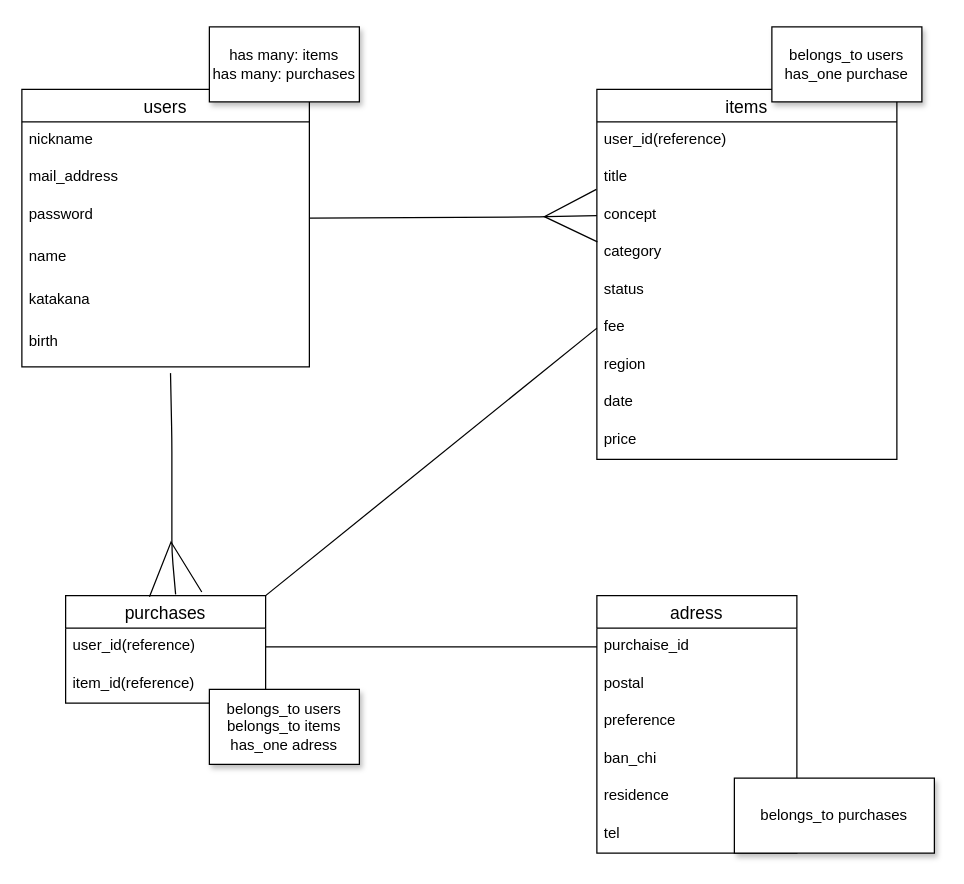
Before: ER.dio in kazu0602/furima-32896, a draw.io diagram. Source tidied: cells renumbered, new cells numbered last; positions are measured from the earlier drawing's top-left corner, leaving out a move shared by most shapes. Both pictures are drawn from the tidied source at 125%, with x=0, y=0 at pixel (21, 26).
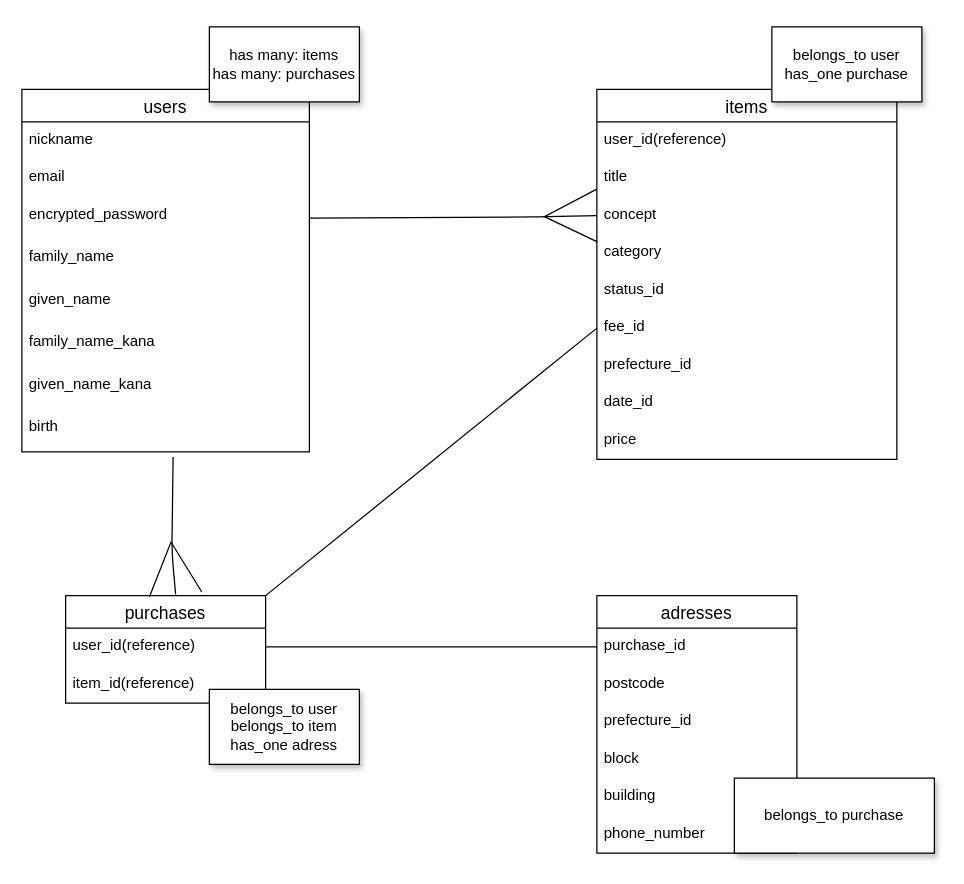
After the change.

Commit message (it also covers changes not shown here):
4データベース設計

The change refers to these unchanged cells:
```xml
<mxCell id="9" value="items" style="swimlane;fontStyle=0;horizontal=1;startSize=26;align=center;fontSize=14;" parent="1" vertex="1">
  <mxGeometry x="460" y="50" width="240" height="296" as="geometry" />
</mxCell>
<mxCell id="19" value="purchases" style="swimlane;fontStyle=0;horizontal=1;startSize=26;align=center;fontSize=14;" parent="1" vertex="1">
  <mxGeometry x="35" y="455" width="160" height="86" as="geometry" />
</mxCell>
```

The edit, as a diff of the source:
```diff
@@
     <mxCell id="2" value="users" style="swimlane;fontStyle=0;horizontal=1;startSize=26;align=center;fontSize=14;" parent="1" vertex="1">
-      <mxGeometry y="50" width="230" height="222" as="geometry" />
+      <mxGeometry y="50" width="230" height="290" as="geometry" />
     </mxCell>
@@
-    <mxCell id="4" value="mail_address" style="text;strokeColor=none;fillColor=none;spacingLeft=4;spacingRight=4;overflow=hidden;fontSize=12;" parent="2" vertex="1">
+    <mxCell id="4" value="email" style="text;strokeColor=none;fillColor=none;spacingLeft=4;spacingRight=4;overflow=hidden;fontSize=12;" parent="2" vertex="1">
       <mxGeometry y="56" width="230" height="30" as="geometry" />
     </mxCell>
-    <mxCell id="5" value="password" style="text;strokeColor=none;fillColor=none;spacingLeft=4;spacingRight=4;overflow=hidden;points=[[0,0.5],[1,0.5]];portConstraint=eastwest;fontSize=12;labelBorderColor=none;" parent="2" vertex="1">
+    <mxCell id="5" value="encrypted_password " style="text;strokeColor=none;fillColor=none;spacingLeft=4;spacingRight=4;overflow=hidden;points=[[0,0.5],[1,0.5]];portConstraint=eastwest;fontSize=12;labelBorderColor=none;" parent="2" vertex="1">
       <mxGeometry y="86" width="230" height="34" as="geometry" />
     </mxCell>
-    <mxCell id="6" value="name" style="text;strokeColor=none;fillColor=none;spacingLeft=4;spacingRight=4;overflow=hidden;fontSize=12;labelBorderColor=none;horizontal=1;" parent="2" vertex="1">
+    <mxCell id="6" value="family_name" style="text;strokeColor=none;fillColor=none;spacingLeft=4;spacingRight=4;overflow=hidden;fontSize=12;labelBorderColor=none;horizontal=1;" parent="2" vertex="1">
       <mxGeometry y="120" width="230" height="34" as="geometry" />
     </mxCell>
-    <mxCell id="7" value="katakana" style="text;strokeColor=none;fillColor=none;spacingLeft=4;spacingRight=4;overflow=hidden;fontSize=12;labelBorderColor=none;" parent="2" vertex="1">
+    <mxCell id="7" value="given_name" style="text;strokeColor=none;fillColor=none;spacingLeft=4;spacingRight=4;overflow=hidden;fontSize=12;labelBorderColor=none;" parent="2" vertex="1">
       <mxGeometry y="154" width="230" height="34" as="geometry" />
     </mxCell>
-    <mxCell id="8" value="birth" style="text;strokeColor=none;fillColor=none;spacingLeft=4;spacingRight=4;overflow=hidden;points=[[0,0.5],[1,0.5]];portConstraint=eastwest;fontSize=12;labelBorderColor=none;" parent="2" vertex="1">
+    <mxCell id="8" value="family_name_kana" style="text;strokeColor=none;fillColor=none;spacingLeft=4;spacingRight=4;overflow=hidden;points=[[0,0.5],[1,0.5]];portConstraint=eastwest;fontSize=12;labelBorderColor=none;" parent="2" vertex="1">
       <mxGeometry y="188" width="230" height="34" as="geometry" />
     </mxCell>
+    <mxCell id="37" value="given_name_kana" style="text;strokeColor=none;fillColor=none;spacingLeft=4;spacingRight=4;overflow=hidden;fontSize=12;labelBorderColor=none;" parent="2" vertex="1">
+      <mxGeometry y="222" width="230" height="34" as="geometry" />
+    </mxCell>
+    <mxCell id="38" value="birth" style="text;strokeColor=none;fillColor=none;spacingLeft=4;spacingRight=4;overflow=hidden;points=[[0,0.5],[1,0.5]];portConstraint=eastwest;fontSize=12;labelBorderColor=none;" parent="2" vertex="1">
+      <mxGeometry y="256" width="230" height="34" as="geometry" />
+    </mxCell>
@@
-    <mxCell id="14" value="status" style="text;strokeColor=none;fillColor=none;spacingLeft=4;spacingRight=4;overflow=hidden;fontSize=12;" parent="9" vertex="1">
+    <mxCell id="14" value="status_id" style="text;strokeColor=none;fillColor=none;spacingLeft=4;spacingRight=4;overflow=hidden;fontSize=12;" parent="9" vertex="1">
       <mxGeometry y="146" width="240" height="30" as="geometry" />
     </mxCell>
-    <mxCell id="15" value="fee" style="text;strokeColor=none;fillColor=none;spacingLeft=4;spacingRight=4;overflow=hidden;points=[[0,0.5],[1,0.5]];portConstraint=eastwest;fontSize=12;" parent="9" vertex="1">
+    <mxCell id="15" value="fee_id" style="text;strokeColor=none;fillColor=none;spacingLeft=4;spacingRight=4;overflow=hidden;points=[[0,0.5],[1,0.5]];portConstraint=eastwest;fontSize=12;" parent="9" vertex="1">
       <mxGeometry y="176" width="240" height="30" as="geometry" />
     </mxCell>
-    <mxCell id="16" value="region" style="text;strokeColor=none;fillColor=none;spacingLeft=4;spacingRight=4;overflow=hidden;fontSize=12;" parent="9" vertex="1">
+    <mxCell id="16" value="prefecture_id" style="text;strokeColor=none;fillColor=none;spacingLeft=4;spacingRight=4;overflow=hidden;fontSize=12;" parent="9" vertex="1">
       <mxGeometry y="206" width="240" height="30" as="geometry" />
     </mxCell>
-    <mxCell id="17" value="date" style="text;strokeColor=none;fillColor=none;spacingLeft=4;spacingRight=4;overflow=hidden;fontSize=12;" parent="9" vertex="1">
+    <mxCell id="17" value="date_id" style="text;strokeColor=none;fillColor=none;spacingLeft=4;spacingRight=4;overflow=hidden;fontSize=12;" parent="9" vertex="1">
       <mxGeometry y="236" width="240" height="30" as="geometry" />
     </mxCell>
@@
-    <mxCell id="23" value="adress" style="swimlane;fontStyle=0;horizontal=1;startSize=26;align=center;fontSize=14;rounded=0;sketch=0;" parent="1" vertex="1">
+    <mxCell id="23" value="adresses" style="swimlane;fontStyle=0;horizontal=1;startSize=26;align=center;fontSize=14;rounded=0;sketch=0;" parent="1" vertex="1">
       <mxGeometry x="460" y="455" width="160" height="206" as="geometry" />
     </mxCell>
-    <mxCell id="24" value="purchaise_id" style="text;strokeColor=none;fillColor=none;spacingLeft=4;spacingRight=4;overflow=hidden;points=[[0,0.5],[1,0.5]];portConstraint=eastwest;fontSize=12;" parent="23" vertex="1">
+    <mxCell id="24" value="purchase_id" style="text;strokeColor=none;fillColor=none;spacingLeft=4;spacingRight=4;overflow=hidden;points=[[0,0.5],[1,0.5]];portConstraint=eastwest;fontSize=12;" parent="23" vertex="1">
       <mxGeometry y="26" width="160" height="30" as="geometry" />
     </mxCell>
-    <mxCell id="25" value="postal" style="text;strokeColor=none;fillColor=none;spacingLeft=4;spacingRight=4;overflow=hidden;fontSize=12;" parent="23" vertex="1">
+    <mxCell id="25" value="postcode" style="text;strokeColor=none;fillColor=none;spacingLeft=4;spacingRight=4;overflow=hidden;fontSize=12;" parent="23" vertex="1">
       <mxGeometry y="56" width="160" height="30" as="geometry" />
     </mxCell>
-    <mxCell id="26" value="preference" style="text;strokeColor=none;fillColor=none;spacingLeft=4;spacingRight=4;overflow=hidden;fontSize=12;" parent="23" vertex="1">
+    <mxCell id="26" value="prefecture_id" style="text;strokeColor=none;fillColor=none;spacingLeft=4;spacingRight=4;overflow=hidden;fontSize=12;" parent="23" vertex="1">
       <mxGeometry y="86" width="160" height="30" as="geometry" />
     </mxCell>
-    <mxCell id="27" value="ban_chi" style="text;strokeColor=none;fillColor=none;spacingLeft=4;spacingRight=4;overflow=hidden;fontSize=12;" parent="23" vertex="1">
+    <mxCell id="27" value="block" style="text;strokeColor=none;fillColor=none;spacingLeft=4;spacingRight=4;overflow=hidden;fontSize=12;" parent="23" vertex="1">
       <mxGeometry y="116" width="160" height="30" as="geometry" />
     </mxCell>
-    <mxCell id="28" value="residence" style="text;strokeColor=none;fillColor=none;spacingLeft=4;spacingRight=4;overflow=hidden;fontSize=12;" parent="23" vertex="1">
+    <mxCell id="28" value="building" style="text;strokeColor=none;fillColor=none;spacingLeft=4;spacingRight=4;overflow=hidden;fontSize=12;" parent="23" vertex="1">
       <mxGeometry y="146" width="160" height="30" as="geometry" />
     </mxCell>
-    <mxCell id="29" value="tel" style="text;strokeColor=none;fillColor=none;spacingLeft=4;spacingRight=4;overflow=hidden;fontSize=12;" parent="23" vertex="1">
+    <mxCell id="29" value="phone_number" style="text;strokeColor=none;fillColor=none;spacingLeft=4;spacingRight=4;overflow=hidden;fontSize=12;" parent="23" vertex="1">
       <mxGeometry y="176" width="160" height="30" as="geometry" />
     </mxCell>
-    <mxCell id="30" style="edgeStyle=none;rounded=1;sketch=0;jettySize=auto;html=1;exitX=0.517;exitY=1.147;exitDx=0;exitDy=0;endArrow=ERmany;endFill=0;entryX=0.55;entryY=-0.012;entryDx=0;entryDy=0;endSize=40;exitPerimeter=0;entryPerimeter=0;" parent="1" edge="1" source="8" target="19">
+    <mxCell id="30" style="edgeStyle=none;rounded=1;sketch=0;jettySize=auto;html=1;endArrow=ERmany;endFill=0;entryX=0.55;entryY=-0.012;entryDx=0;entryDy=0;endSize=40;entryPerimeter=0;exitX=0.526;exitY=1.118;exitDx=0;exitDy=0;exitPerimeter=0;" parent="1" edge="1" source="38" target="19">
       <mxGeometry relative="1" as="geometry">
         <Array as="points">
-          <mxPoint x="120" y="330" />
           <mxPoint x="120" y="420" />
         </Array>
       </mxGeometry>
     </mxCell>
@@
-    <mxCell id="32" value="belongs_to users&lt;br&gt;has_one purchase" style="whiteSpace=wrap;html=1;rounded=0;shadow=1;sketch=0;" parent="1" vertex="1">
+    <mxCell id="32" value="belongs_to user&lt;br&gt;has_one purchase" style="whiteSpace=wrap;html=1;rounded=0;shadow=1;sketch=0;" parent="1" vertex="1">
       <mxGeometry x="600" width="120" height="60" as="geometry" />
     </mxCell>
@@
-    <mxCell id="35" value="belongs_to users&lt;br&gt;belongs_to items&lt;br&gt;has_one adress" style="whiteSpace=wrap;html=1;rounded=0;shadow=1;sketch=0;" parent="1" vertex="1">
+    <mxCell id="35" value="belongs_to user&lt;br&gt;belongs_to item&lt;br&gt;has_one adress" style="whiteSpace=wrap;html=1;rounded=0;shadow=1;sketch=0;" parent="1" vertex="1">
       <mxGeometry x="150" y="530" width="120" height="60" as="geometry" />
     </mxCell>
-    <mxCell id="36" value="belongs_to purchases" style="whiteSpace=wrap;html=1;rounded=0;shadow=1;sketch=0;" parent="1" vertex="1">
+    <mxCell id="36" value="belongs_to purchase" style="whiteSpace=wrap;html=1;rounded=0;shadow=1;sketch=0;" parent="1" vertex="1">
       <mxGeometry x="570" y="601" width="160" height="60" as="geometry" />
     </mxCell>
```
